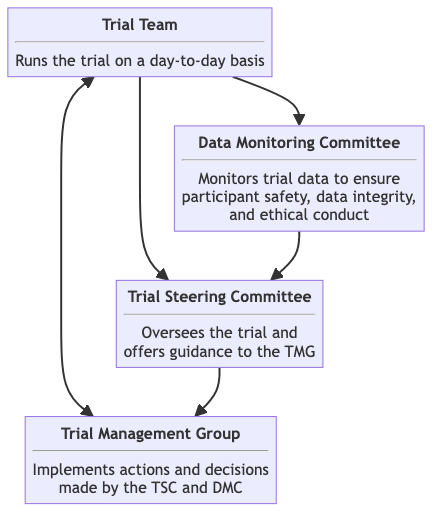
This is shared-assets/trial-organisation-overview-figure.png from martingerdin/advance-trauma-trial, a Mermaid export, as it was before one commit. Its source is kept beside it as shared-assets/trial-organisation-overview-figure.mmd. Source of this version:
```mermaid
flowchart
    %%{init:{'flowchart':{'nodeSpacing': 50, 'rankSpacing': 50, 'curve': 'basis', 'fontSize': 11}}}%%
    direction TB
    TT[<b>Trial Team</b><hr>Runs the trial on a day-to-day basis]
    TMG[<b>Trial Management Group</b><hr>Implements actions and decisions<br>made by the TSC and DMC]
    TSC[<b>Trial Steering Committee</b><hr>Oversees the trial and<br>offers guidance to the TMG]
    DMC[<b>Data Monitoring Committee</b><hr>Monitors trial data to ensure<br>participant safety, data integrity,<br>and ethical conduct]
    TT <--> TMG
    TT --> DMC
    TT --> TSC
    TSC --> TMG
    DMC --> TSC
```
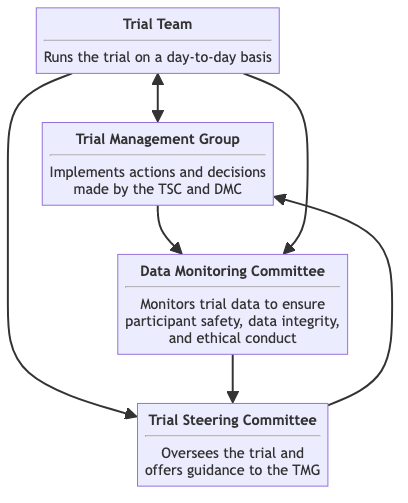
The same file after the commit.

Diff of the diagram source:
```diff
@@ -1,11 +1,12 @@
 flowchart
-    %%{init:{'flowchart':{'nodeSpacing': 50, 'rankSpacing': 50, 'curve': 'basis', 'fontSize': 11}}}%%
+    %%{init:{'flowchart':{'nodeSpacing': 50,'rankSpacing': 50,'curve': 'basis'}, 'themeVariables':{'darkMode': true, 'fontSize': '11pt'}}}%%
     direction TB
     TT[<b>Trial Team</b><hr>Runs the trial on a day-to-day basis]
     TMG[<b>Trial Management Group</b><hr>Implements actions and decisions<br>made by the TSC and DMC]
     TSC[<b>Trial Steering Committee</b><hr>Oversees the trial and<br>offers guidance to the TMG]
     DMC[<b>Data Monitoring Committee</b><hr>Monitors trial data to ensure<br>participant safety, data integrity,<br>and ethical conduct]
     TT <--> TMG
+    TMG --> DMC
     TT --> DMC
     TT --> TSC
     TSC --> TMG
```
